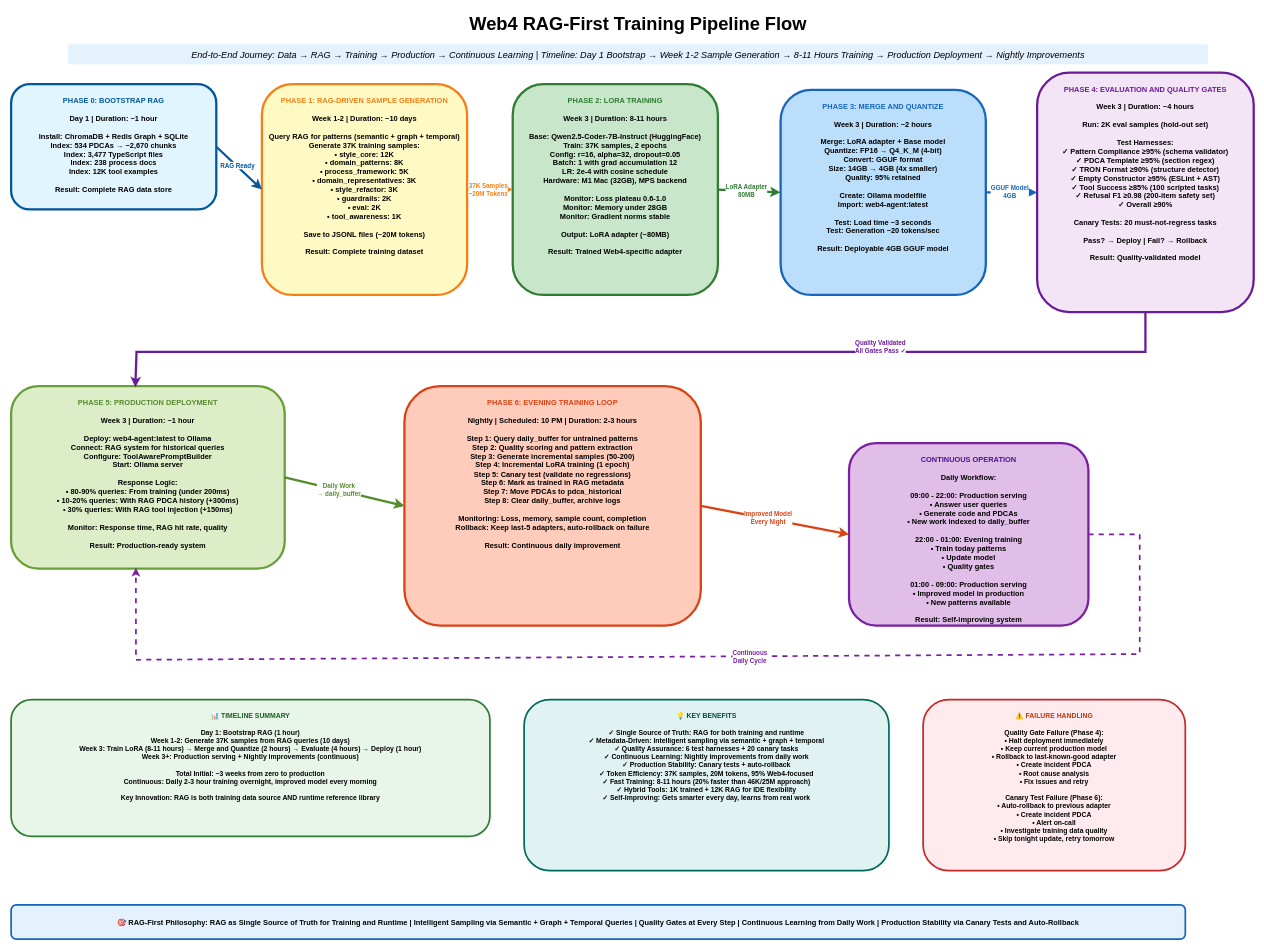
hannesnortje/LLM_Training keeps this draw.io diagram as page "RAG-First Training Pipeline" (2 of 4) of Training/Web4_Balanced_Training_Architecture.drawio. Above is the earlier version. Source tidied: cells renumbered, new cells numbered last; positions are measured from the earlier drawing's top-left corner, leaving out a move shared by most shapes. Both pictures are drawn from the tidied source at 57%, with x=0, y=0 at pixel (11, 10).
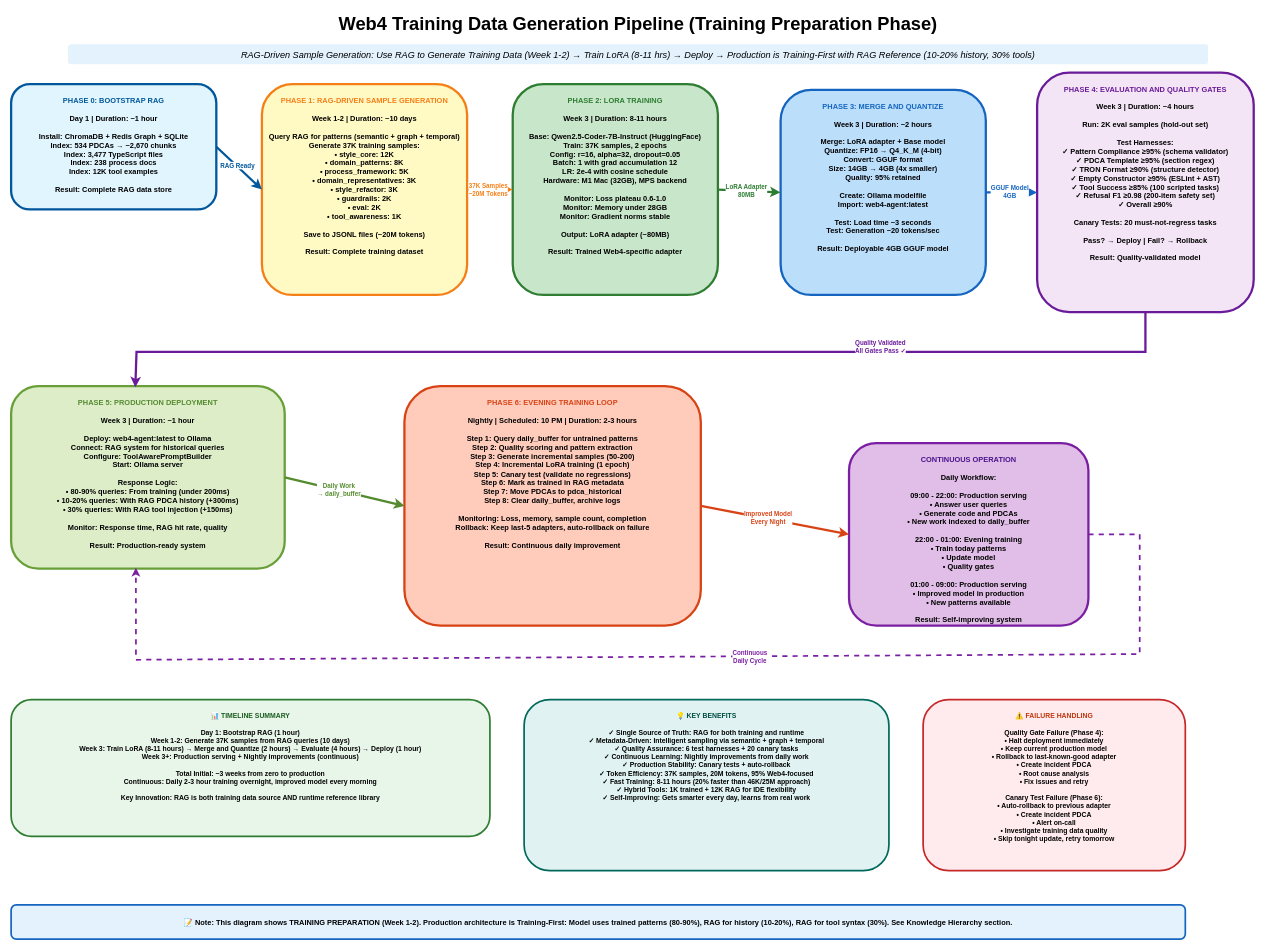
After the change.

Commit message (it also covers changes not shown here):
Clarify Training-First architecture terminology across all documentation

Diff of the diagram source:
```diff
@@
-    <mxCell id="2" value="Web4 RAG-First Training Pipeline Flow" style="text;html=1;strokeColor=none;fillColor=none;align=center;verticalAlign=middle;whiteSpace=wrap;rounded=0;fontSize=32;fontStyle=1;" parent="1" vertex="1">
+    <mxCell id="2" value="Web4 Training Data Generation Pipeline (Training Preparation Phase)" style="text;html=1;strokeColor=none;fillColor=none;align=center;verticalAlign=middle;whiteSpace=wrap;rounded=0;fontSize=32;fontStyle=1;" parent="1" vertex="1">
       <mxGeometry x="300" width="1600" height="50" as="geometry" />
     </mxCell>
-    <mxCell id="3" value="End-to-End Journey: Data → RAG → Training → Production → Continuous Learning | Timeline: Day 1 Bootstrap → Week 1-2 Sample Generation → 8-11 Hours Training → Production Deployment → Nightly Improvements" style="text;html=1;strokeColor=none;fillColor=#E3F2FD;align=center;verticalAlign=middle;whiteSpace=wrap;rounded=1;fontSize=16;fontStyle=2;" parent="1" vertex="1">
+    <mxCell id="3" value="RAG-Driven Sample Generation: Use RAG to Generate Training Data (Week 1-2) → Train LoRA (8-11 hrs) → Deploy → Production is Training-First with RAG Reference (10-20% history, 30% tools)" style="text;html=1;strokeColor=none;fillColor=#E3F2FD;align=center;verticalAlign=middle;whiteSpace=wrap;rounded=1;fontSize=16;fontStyle=2;" parent="1" vertex="1">
       <mxGeometry x="100" y="60" width="2000" height="35" as="geometry" />
     </mxCell>
@@
-    <mxCell id="31" value="🎯 RAG-First Philosophy: RAG as Single Source of Truth for Training and Runtime | Intelligent Sampling via Semantic + Graph + Temporal Queries | Quality Gates at Every Step | Continuous Learning from Daily Work | Production Stability via Canary Tests and Auto-Rollback" style="rounded=1;whiteSpace=wrap;html=1;fillColor=#E3F2FD;strokeColor=#1565C0;strokeWidth=3;align=center;verticalAlign=middle;fontSize=13;fontStyle=1;" parent="1" vertex="1">
+    <mxCell id="31" value="📝 Note: This diagram shows TRAINING PREPARATION (Week 1-2). Production architecture is Training-First: Model uses trained patterns (80-90%), RAG for history (10-20%), RAG for tool syntax (30%). See Knowledge Hierarchy section." style="rounded=1;whiteSpace=wrap;html=1;fillColor=#E3F2FD;strokeColor=#1565C0;strokeWidth=3;align=center;verticalAlign=middle;fontSize=13;fontStyle=1;" parent="1" vertex="1">
       <mxGeometry y="1570" width="2060" height="60" as="geometry" />
     </mxCell>
```
